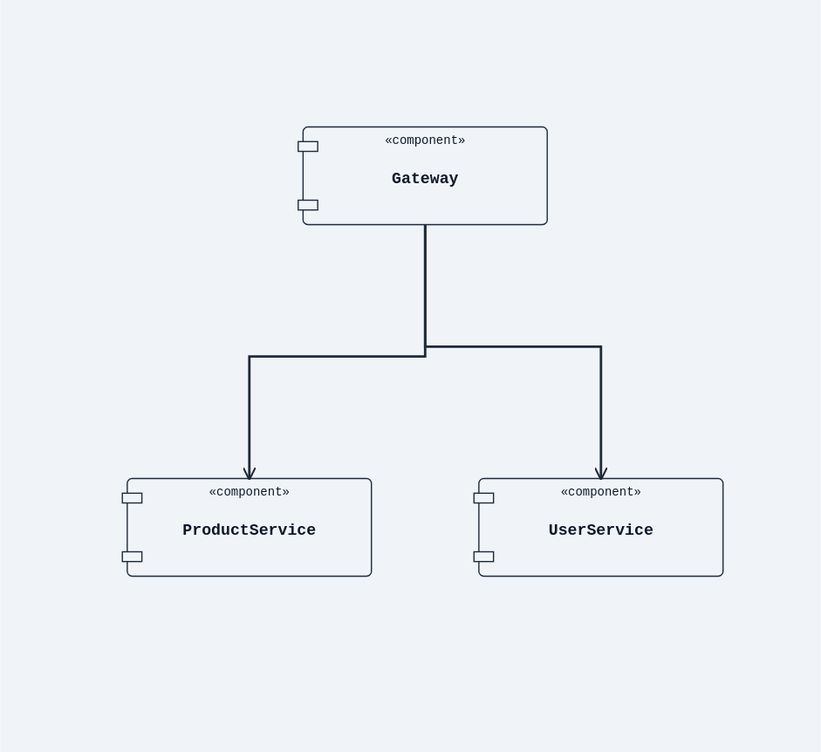
Earlier version of the PlantUML export docs/examples/component/05_with_notes.svg (alliecatowo/puml). Its source is kept beside it as docs/examples/component/05_with_notes.puml. The source it was exported from:
```plantuml
@startuml
component Gateway
component UserService
component ProductService
Gateway --> UserService
Gateway --> ProductService
@enduml
```
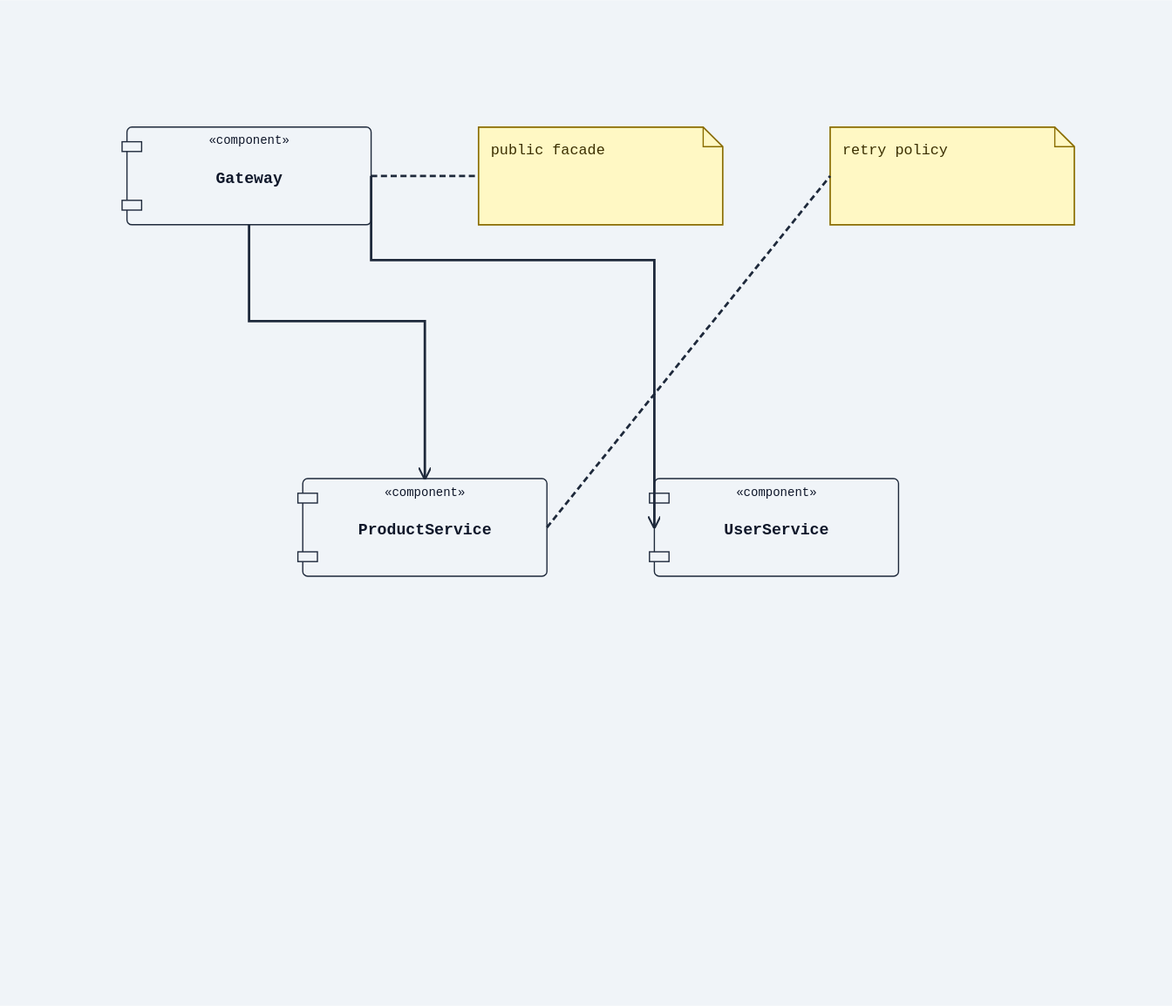
After the commit.

Commit message:
fix(component): preserve and connect component notes

The edit, as a diff of the source:
```diff
@@ -4,4 +4,6 @@
 component ProductService
 Gateway --> UserService
 Gateway --> ProductService
+note right of Gateway: public facade
+note right on link: retry policy
 @enduml
```
